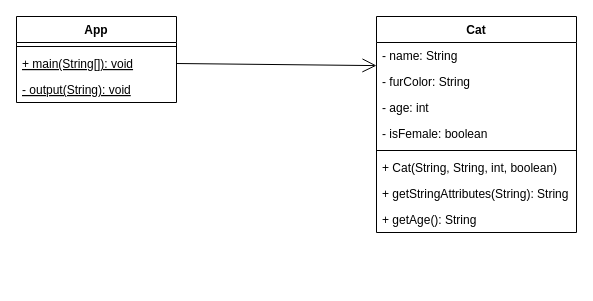
Above: page "App / Cat" (2 of 2) of klassendiagramm.drawio in Comcave-OOP/02b_Klassen_Objekte_2 (draw.io), before the change. Source tidied: cells renumbered, new cells numbered last; positions are measured from the earlier drawing's top-left corner, leaving out a move shared by most shapes. Both pictures are drawn from the tidied source at 100%, with x=0, y=0 at pixel (16, 16).
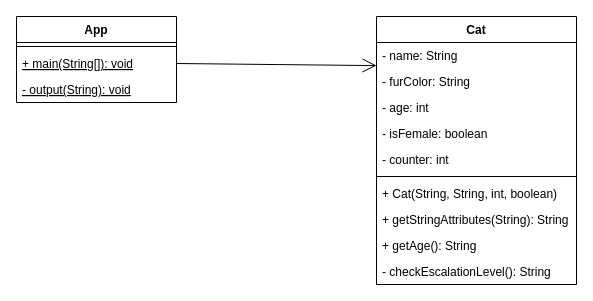
Above is the later version.

Diff of the diagram source:
```diff
@@
 <mxGraphModel>
   <root>
     <mxCell id="0" />
     <mxCell id="1" parent="0" />
     <mxCell id="2" value="App" style="swimlane;fontStyle=1;align=center;verticalAlign=top;horizontal=1;startSize=26;" parent="1" vertex="1">
       <mxGeometry width="160" height="86" as="geometry" />
     </mxCell>
     <mxCell id="3" style="line;strokeWidth=1;fillColor=none;align=left;verticalAlign=middle;spacingTop=-1;spacingLeft=3;spacingRight=3;labelPosition=right;strokeColor=inherit;" parent="2" vertex="1">
       <mxGeometry y="26" width="160" height="8" as="geometry" />
     </mxCell>
     <mxCell id="4" value="+ main(String[]): void" style="text;strokeColor=none;fillColor=none;align=left;verticalAlign=top;spacingLeft=4;spacingRight=4;overflow=hidden;points=[[0,0.5],[1,0.5]];portConstraint=eastwest;fontStyle=4;" parent="2" vertex="1">
       <mxGeometry y="34" width="160" height="26" as="geometry" />
     </mxCell>
     <mxCell id="5" value="- output(String): void" style="text;strokeColor=none;fillColor=none;align=left;verticalAlign=top;spacingLeft=4;spacingRight=4;overflow=hidden;fontStyle=4;" parent="2" vertex="1">
       <mxGeometry y="60" width="160" height="26" as="geometry" />
     </mxCell>
     <mxCell id="6" style="endArrow=open;endFill=1;endSize=12;html=1;exitX=1;exitY=0.5;exitDx=0;exitDy=0;entryX=0;entryY=0.89;entryDx=0;entryDy=0;entryPerimeter=0;" parent="1" edge="1" source="4">
       <mxGeometry relative="1" as="geometry">
         <mxPoint x="360" y="49.1" as="targetPoint" />
       </mxGeometry>
     </mxCell>
     <mxCell id="7" value="Cat" style="swimlane;fontStyle=1;align=center;verticalAlign=top;horizontal=1;startSize=26;" parent="1" vertex="1">
-      <mxGeometry x="360" width="200" height="216" as="geometry" />
+      <mxGeometry x="360" width="200" height="268" as="geometry" />
     </mxCell>
     <mxCell id="8" value="- name: String" style="text;strokeColor=none;fillColor=none;align=left;verticalAlign=top;spacingLeft=4;spacingRight=4;overflow=hidden;" parent="7" vertex="1">
       <mxGeometry y="26" width="200" height="26" as="geometry" />
     </mxCell>
     <mxCell id="9" value="- furColor: String" style="text;strokeColor=none;fillColor=none;align=left;verticalAlign=top;spacingLeft=4;spacingRight=4;overflow=hidden;" parent="7" vertex="1">
       <mxGeometry y="52" width="200" height="26" as="geometry" />
     </mxCell>
     <mxCell id="10" value="- age: int" style="text;strokeColor=none;fillColor=none;align=left;verticalAlign=top;spacingLeft=4;spacingRight=4;overflow=hidden;" parent="7" vertex="1">
       <mxGeometry y="78" width="200" height="26" as="geometry" />
     </mxCell>
+    <mxCell id="16" value="- isFemale: boolean" style="text;strokeColor=none;fillColor=none;align=left;verticalAlign=top;spacingLeft=4;spacingRight=4;overflow=hidden;" parent="7" vertex="1">
+      <mxGeometry y="104" width="200" height="26" as="geometry" />
+    </mxCell>
-    <mxCell id="11" value="- isFemale: boolean" style="text;strokeColor=none;fillColor=none;align=left;verticalAlign=top;spacingLeft=4;spacingRight=4;overflow=hidden;" parent="7" vertex="1">
-      <mxGeometry y="104" width="200" height="26" as="geometry" />
+    <mxCell id="11" value="- counter: int" style="text;strokeColor=none;fillColor=none;align=left;verticalAlign=top;spacingLeft=4;spacingRight=4;overflow=hidden;" parent="7" vertex="1">
+      <mxGeometry y="130" width="200" height="26" as="geometry" />
     </mxCell>
     <mxCell id="12" style="line;strokeWidth=1;fillColor=none;align=left;verticalAlign=middle;spacingTop=-1;spacingLeft=3;spacingRight=3;labelPosition=right;strokeColor=inherit;" parent="7" vertex="1">
-      <mxGeometry y="130" width="200" height="8" as="geometry" />
+      <mxGeometry y="156" width="200" height="8" as="geometry" />
     </mxCell>
     <mxCell id="13" value="+ Cat(String, String, int, boolean)" style="text;strokeColor=none;fillColor=none;align=left;verticalAlign=top;spacingLeft=4;spacingRight=4;overflow=hidden;" parent="7" vertex="1">
-      <mxGeometry y="138" width="200" height="26" as="geometry" />
+      <mxGeometry y="164" width="200" height="26" as="geometry" />
     </mxCell>
     <mxCell id="14" value="+ getStringAttributes(String): String" style="text;strokeColor=none;fillColor=none;align=left;verticalAlign=top;spacingLeft=4;spacingRight=4;overflow=hidden;" parent="7" vertex="1">
-      <mxGeometry y="164" width="200" height="26" as="geometry" />
+      <mxGeometry y="190" width="200" height="26" as="geometry" />
     </mxCell>
     <mxCell id="15" value="+ getAge(): String" style="text;strokeColor=none;fillColor=none;align=left;verticalAlign=top;spacingLeft=4;spacingRight=4;overflow=hidden;" parent="7" vertex="1">
-      <mxGeometry y="190" width="200" height="26" as="geometry" />
+      <mxGeometry y="216" width="200" height="26" as="geometry" />
     </mxCell>
+    <mxCell id="17" value="- checkEscalationLevel(): String" style="text;strokeColor=none;fillColor=none;align=left;verticalAlign=top;spacingLeft=4;spacingRight=4;overflow=hidden;" parent="7" vertex="1">
+      <mxGeometry y="242" width="200" height="26" as="geometry" />
+    </mxCell>
   </root>
 </mxGraphModel>
```
